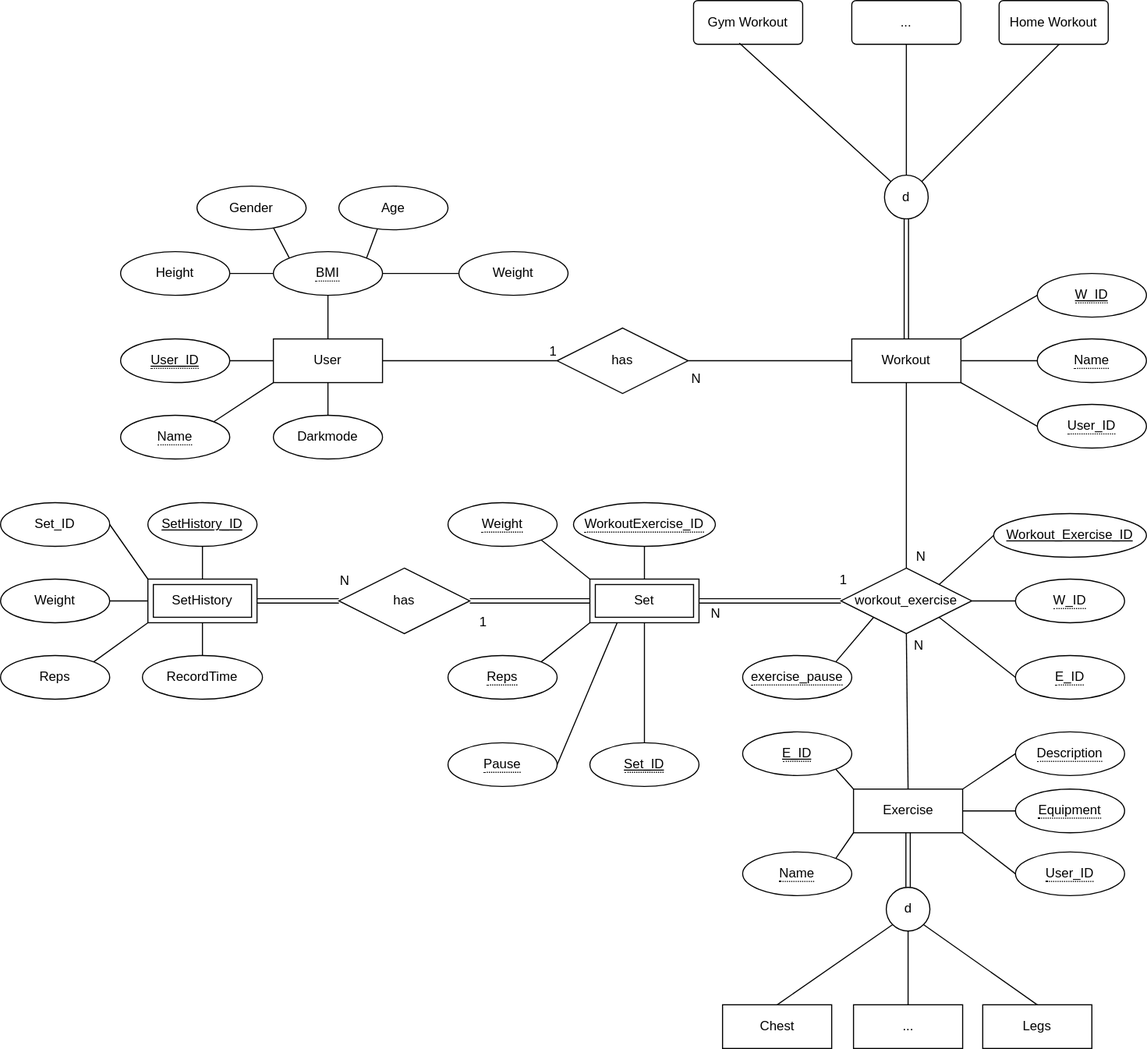
The draw.io diagram EER-Diagramm.drawio.svg in willizielke/FitnessWebAppDocumentation, before a commit. Source tidied: cells renumbered, new cells last; positions are measured from the earlier drawing's top-left corner, leaving out a move shared by most shapes.
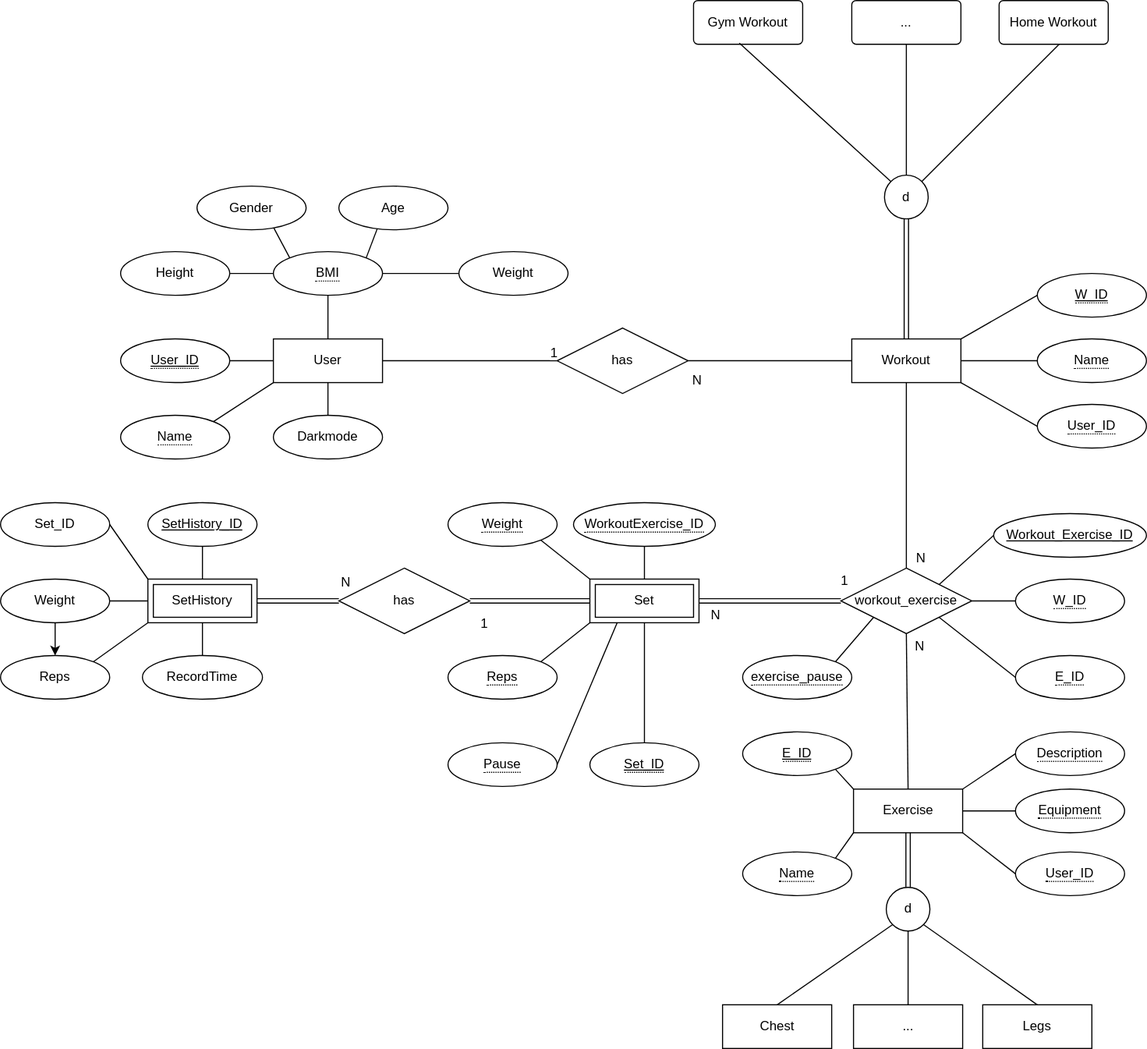
Above is the later version.

The edit, as a diff of the source:
```diff
@@ -158,19 +158,22 @@
     <mxCell id="51" style="edgeStyle=none;html=1;exitX=1;exitY=0.5;exitDx=0;exitDy=0;entryX=0;entryY=0;entryDx=0;entryDy=0;endArrow=none;endFill=0;" parent="1" edge="1" source="52" target="24">
       <mxGeometry relative="1" as="geometry" />
     </mxCell>
-    <mxCell id="52" value="&lt;span style=&quot;&quot;&gt;Set_ID&lt;/span&gt;" style="ellipse;whiteSpace=wrap;html=1;align=center;labelBackgroundColor=#FFFFFF;" parent="1" vertex="1">
+    <mxCell id="52" value="Set_ID" style="ellipse;whiteSpace=wrap;html=1;align=center;labelBackgroundColor=#FFFFFF;" parent="1" vertex="1">
       <mxGeometry y="460" width="100" height="40" as="geometry" />
     </mxCell>
     <mxCell id="53" style="edgeStyle=none;html=1;exitX=1;exitY=0.5;exitDx=0;exitDy=0;entryX=0;entryY=0.5;entryDx=0;entryDy=0;endArrow=none;endFill=0;" parent="1" edge="1" source="54" target="24">
       <mxGeometry relative="1" as="geometry" />
     </mxCell>
+    <mxCell id="102" style="edgeStyle=none;html=1;" parent="1" edge="1" source="54" target="56">
+      <mxGeometry relative="1" as="geometry" />
+    </mxCell>
-    <mxCell id="54" value="&lt;span style=&quot;&quot;&gt;Weight&lt;/span&gt;" style="ellipse;whiteSpace=wrap;html=1;align=center;labelBackgroundColor=#FFFFFF;" parent="1" vertex="1">
+    <mxCell id="54" value="Weight" style="ellipse;whiteSpace=wrap;html=1;align=center;labelBackgroundColor=#FFFFFF;" parent="1" vertex="1">
       <mxGeometry y="530" width="100" height="40" as="geometry" />
     </mxCell>
     <mxCell id="55" style="edgeStyle=none;html=1;exitX=1;exitY=0;exitDx=0;exitDy=0;entryX=0;entryY=1;entryDx=0;entryDy=0;endArrow=none;endFill=0;" parent="1" edge="1" source="56" target="24">
       <mxGeometry relative="1" as="geometry" />
     </mxCell>
-    <mxCell id="56" value="&lt;span style=&quot;&quot;&gt;Reps&lt;/span&gt;" style="ellipse;whiteSpace=wrap;html=1;align=center;labelBackgroundColor=#FFFFFF;" parent="1" vertex="1">
+    <mxCell id="56" value="Reps" style="ellipse;whiteSpace=wrap;html=1;align=center;labelBackgroundColor=#FFFFFF;" parent="1" vertex="1">
       <mxGeometry y="600" width="100" height="40" as="geometry" />
     </mxCell>
     <mxCell id="57" style="edgeStyle=none;html=1;exitX=1;exitY=0.5;exitDx=0;exitDy=0;entryX=0;entryY=0.5;entryDx=0;entryDy=0;endArrow=none;endFill=0;" parent="1" edge="1" source="60" target="2">
```
